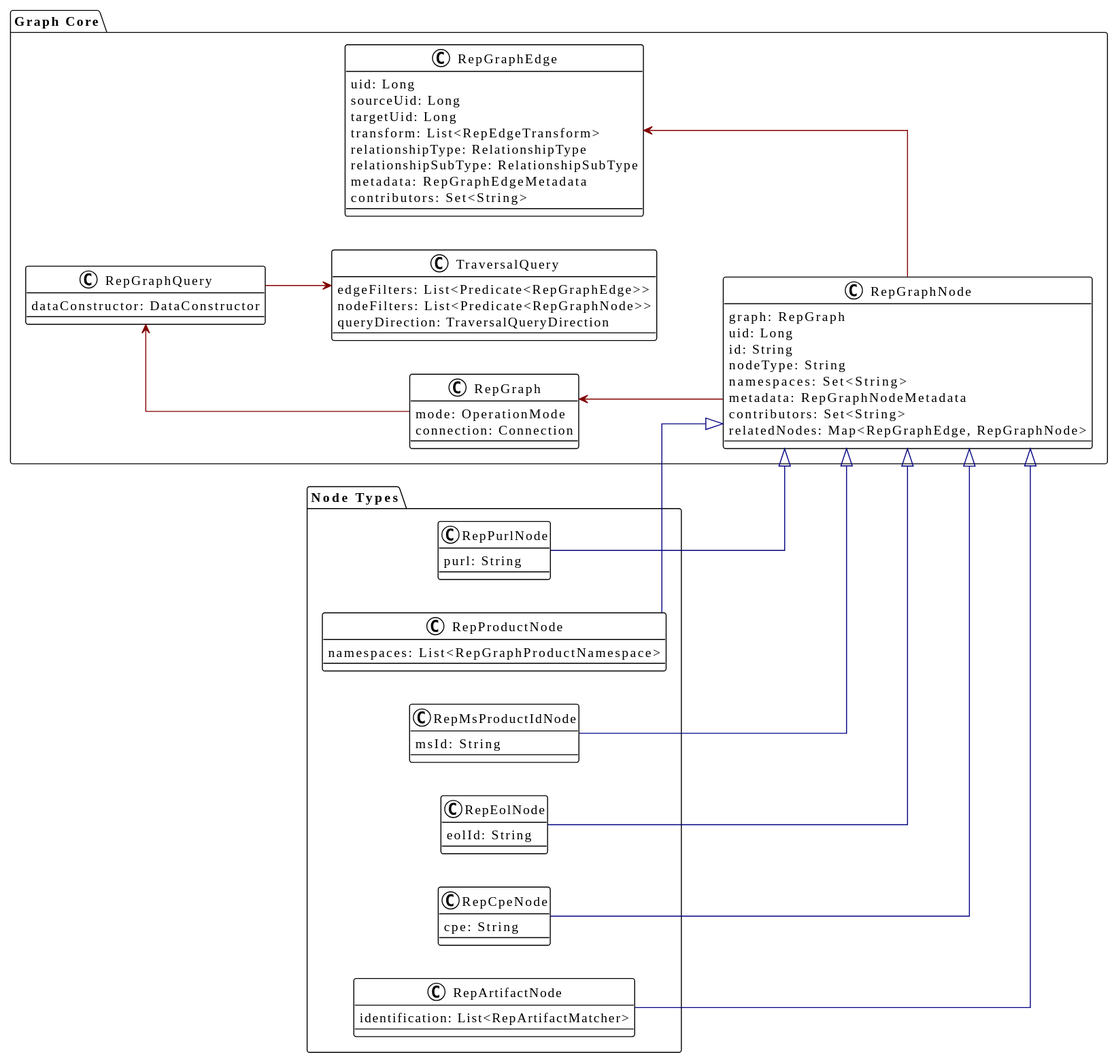
Earlier version of the PlantUML export latex/tex/bilder/impl-class-diagram-core-model.svg (YanWittmann/hsma-bachelorarbeit).
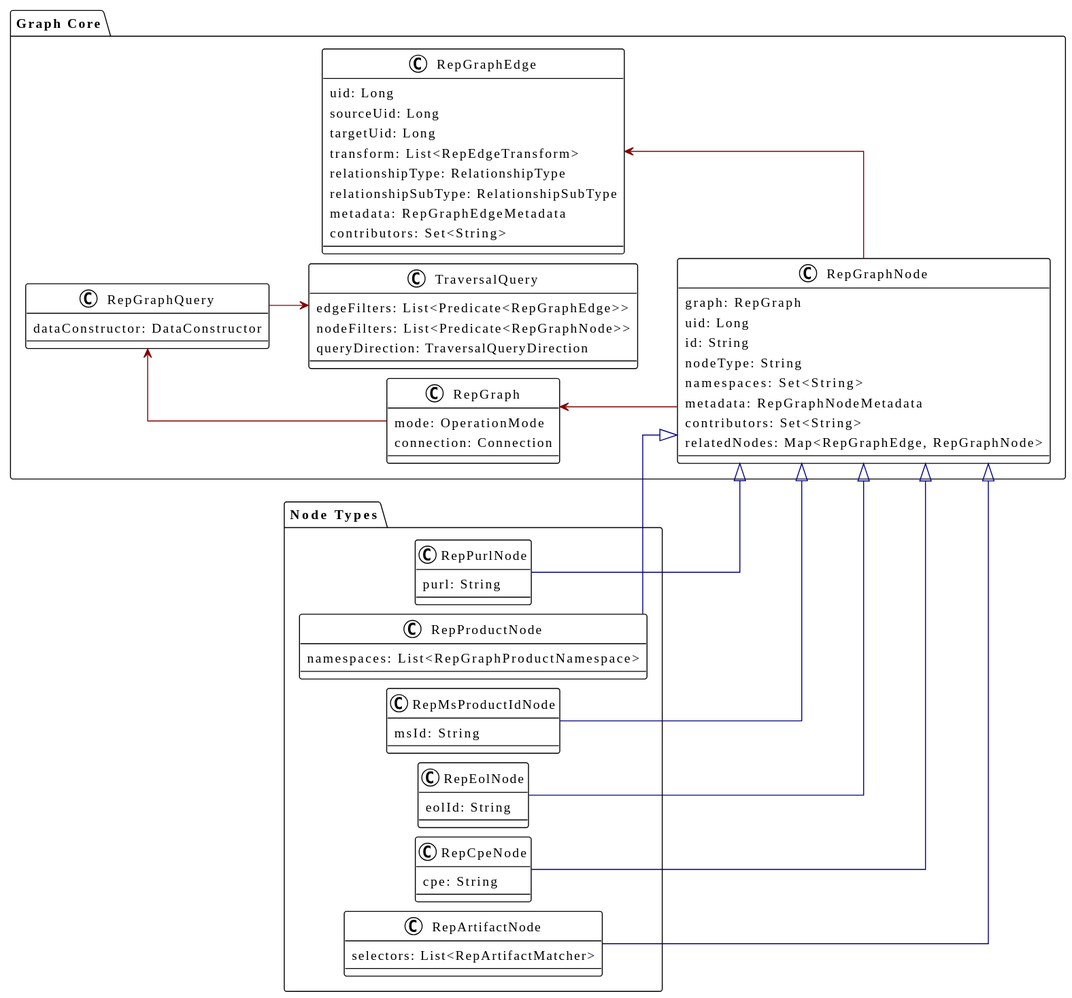
Above is the later version.

Change to the diagram source:
```diff
@@ -2,6 +2,9 @@
 !theme plain
 skinparam linetype ortho
 left to right direction
+skinparam nodesep 10
+skinparam ranksep 10
+skinparam Padding 2
 
 package "Graph Core" {
     class RepGraph {
@@ -40,7 +43,7 @@
 
 package "Node Types" {
     class RepArtifactNode {
-        identification: List<RepArtifactMatcher>
+        selectors: List<RepArtifactMatcher>
     }
     class RepCpeNode {
         cpe: String
```
